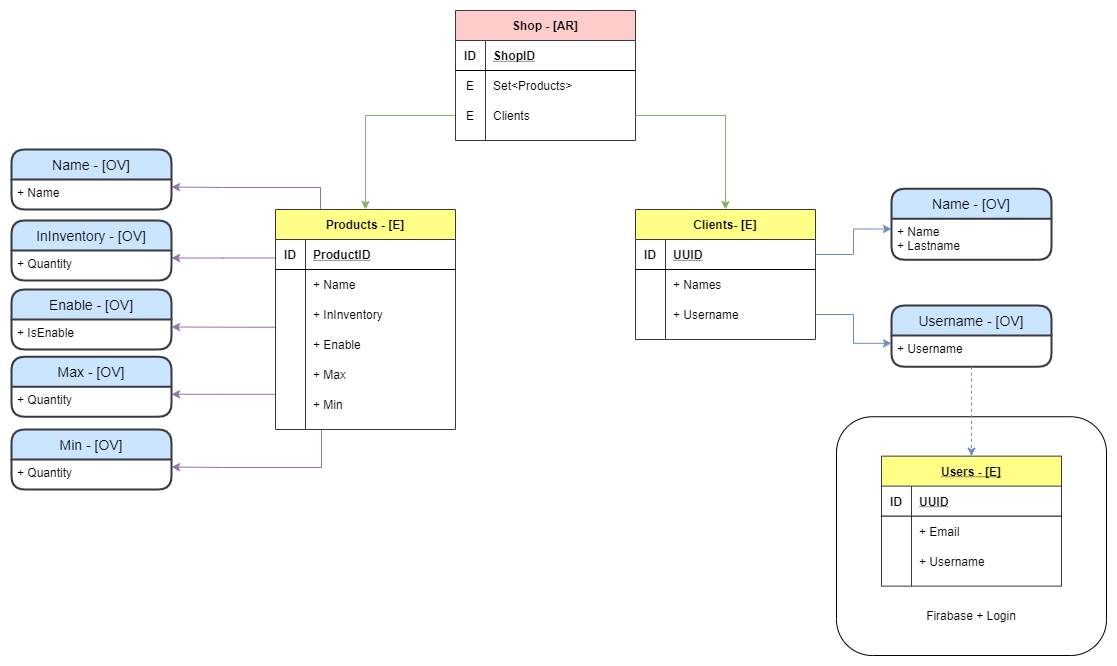
seb4stian69/RetoBackendSemanaUno keeps this draw.io diagram as Photos/DiagramaDDDRetoSemanaUno-Modelado - [Tienda].png. Above is the earlier version. Source tidied: cells renumbered, new cells last; positions are measured from the earlier drawing's top-left corner, leaving out a move shared by most shapes.
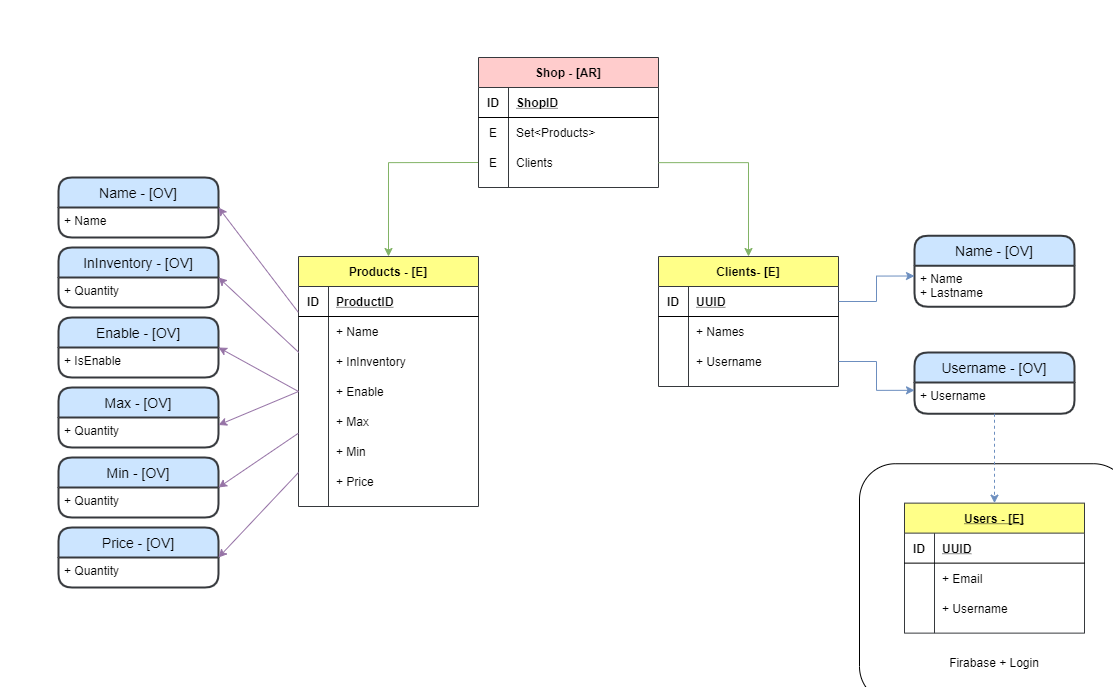
The same diagram one commit later.

Commit message:
Diagrama del readme actualizada

Change to the diagram source:
```diff
@@ -1,4 +1,4 @@
-<mxGraphModel>
+<mxGraphModel background="#ffffff">
   <root>
     <mxCell id="0" />
     <mxCell id="1" parent="0" />
@@ -35,38 +35,8 @@
     <mxCell id="12" value="Clients" style="shape=partialRectangle;fillColor=none;top=0;left=0;bottom=0;right=0;align=left;spacingLeft=6;overflow=hidden;" parent="10" vertex="1">
       <mxGeometry x="30" width="150" height="30" as="geometry" />
     </mxCell>
-    <mxCell id="13" style="edgeStyle=orthogonalEdgeStyle;rounded=0;jettySize=auto;html=1;entryX=1;entryY=0.25;entryDx=0;entryDy=0;fillColor=#e1d5e7;strokeColor=#9673a6;" parent="1" edge="1" source="17" target="50">
-      <mxGeometry relative="1" as="geometry">
-        <Array as="points">
-          <mxPoint x="212" y="248" />
-        </Array>
-      </mxGeometry>
-    </mxCell>
-    <mxCell id="14" style="edgeStyle=orthogonalEdgeStyle;rounded=0;jettySize=auto;html=1;entryX=1;entryY=0.25;entryDx=0;entryDy=0;fillColor=#e1d5e7;strokeColor=#9673a6;" parent="1" edge="1" source="17" target="54">
-      <mxGeometry relative="1" as="geometry">
-        <Array as="points">
-          <mxPoint x="212" y="384" />
-        </Array>
-      </mxGeometry>
-    </mxCell>
-    <mxCell id="15" style="edgeStyle=orthogonalEdgeStyle;rounded=0;jettySize=auto;html=1;entryX=1;entryY=0.25;entryDx=0;entryDy=0;fillColor=#e1d5e7;strokeColor=#9673a6;" parent="1" edge="1" source="17" target="56">
-      <mxGeometry relative="1" as="geometry">
-        <Array as="points">
-          <mxPoint x="310" y="457" />
-          <mxPoint x="212" y="457" />
-        </Array>
-      </mxGeometry>
-    </mxCell>
-    <mxCell id="16" style="edgeStyle=orthogonalEdgeStyle;rounded=0;jettySize=auto;html=1;entryX=1;entryY=0.25;entryDx=0;entryDy=0;exitX=0.25;exitY=0;exitDx=0;exitDy=0;fillColor=#e1d5e7;strokeColor=#9673a6;" parent="1" edge="1" source="17" target="48">
-      <mxGeometry relative="1" as="geometry">
-        <Array as="points">
-          <mxPoint x="309" y="177" />
-          <mxPoint x="212" y="177" />
-        </Array>
-      </mxGeometry>
-    </mxCell>
     <mxCell id="17" value="Products - [E]" style="shape=table;startSize=30;rowLines=0;fontStyle=1;align=center;fillColor=#ffff88;strokeColor=#36393d;" parent="1" vertex="1">
-      <mxGeometry x="264" y="199" width="180" height="220" as="geometry" />
+      <mxGeometry x="264" y="199" width="180" height="250" as="geometry" />
     </mxCell>
     <mxCell id="18" style="shape=partialRectangle;fillColor=none;top=0;left=0;bottom=1;right=0;points=[[0,0.5],[1,0.5]];portConstraint=eastwest;" parent="17" vertex="1">
       <mxGeometry y="30" width="180" height="30" as="geometry" />
@@ -122,6 +92,15 @@
     <mxCell id="35" value="+ Min" style="shape=partialRectangle;fillColor=none;top=0;left=0;bottom=0;right=0;align=left;spacingLeft=6;overflow=hidden;" parent="33" vertex="1">
       <mxGeometry x="30" width="150" height="30" as="geometry" />
     </mxCell>
+    <mxCell id="77" style="shape=partialRectangle;fillColor=none;top=0;left=0;bottom=0;right=0;" parent="17" vertex="1">
+      <mxGeometry y="210" width="180" height="30" as="geometry" />
+    </mxCell>
+    <mxCell id="78" style="shape=partialRectangle;fillColor=none;top=0;left=0;bottom=0;right=0;overflow=hidden;" parent="77" vertex="1">
+      <mxGeometry width="30" height="30" as="geometry" />
+    </mxCell>
+    <mxCell id="79" value="+ Price" style="shape=partialRectangle;fillColor=none;top=0;left=0;bottom=0;right=0;align=left;spacingLeft=6;overflow=hidden;" parent="77" vertex="1">
+      <mxGeometry x="30" width="150" height="30" as="geometry" />
+    </mxCell>
     <mxCell id="36" value="Clients- [E]" style="shape=table;startSize=30;rowLines=0;fontStyle=1;align=center;fillColor=#ffff88;strokeColor=#36393d;" parent="1" vertex="1">
       <mxGeometry x="624" y="199" width="180" height="130" as="geometry" />
     </mxCell>
@@ -156,35 +135,23 @@
       <mxGeometry relative="1" as="geometry" />
     </mxCell>
     <mxCell id="47" value="Name - [OV]" style="swimlane;horizontal=1;startSize=30;rounded=1;fontSize=14;fontStyle=0;strokeWidth=2;shadow=0;dashed=0;align=center;fillColor=#cce5ff;strokeColor=#36393d;" parent="1" vertex="1">
-      <mxGeometry y="139" width="160" height="60" as="geometry" />
+      <mxGeometry x="24" y="120" width="160" height="60" as="geometry" />
     </mxCell>
     <mxCell id="48" value="+ Name" style="align=left;strokeColor=none;fillColor=none;spacingLeft=4;fontSize=12;verticalAlign=top;" parent="47" vertex="1">
       <mxGeometry y="30" width="160" height="30" as="geometry" />
     </mxCell>
     <mxCell id="49" value="InInventory - [OV]" style="swimlane;horizontal=1;startSize=30;rounded=1;fontSize=14;fontStyle=0;strokeWidth=2;shadow=0;dashed=0;align=center;fillColor=#cce5ff;strokeColor=#36393d;" parent="1" vertex="1">
-      <mxGeometry y="210" width="160" height="60" as="geometry" />
+      <mxGeometry x="24" y="190" width="160" height="60" as="geometry" />
     </mxCell>
     <mxCell id="50" value="+ Quantity" style="align=left;strokeColor=none;fillColor=none;spacingLeft=4;fontSize=12;verticalAlign=top;" parent="49" vertex="1">
       <mxGeometry y="30" width="160" height="30" as="geometry" />
     </mxCell>
     <mxCell id="51" value="Enable - [OV]" style="swimlane;horizontal=1;startSize=30;rounded=1;fontSize=14;fontStyle=0;strokeWidth=2;shadow=0;dashed=0;align=center;fillColor=#cce5ff;strokeColor=#36393d;" parent="1" vertex="1">
-      <mxGeometry y="279" width="160" height="60" as="geometry" />
+      <mxGeometry x="24" y="260" width="160" height="60" as="geometry" />
     </mxCell>
     <mxCell id="52" value="+ IsEnable" style="align=left;strokeColor=none;fillColor=none;spacingLeft=4;fontSize=12;verticalAlign=top;" parent="51" vertex="1">
       <mxGeometry y="30" width="160" height="30" as="geometry" />
     </mxCell>
-    <mxCell id="53" value="Max - [OV]" style="swimlane;horizontal=1;startSize=30;rounded=1;fontSize=14;fontStyle=0;strokeWidth=2;shadow=0;dashed=0;align=center;fillColor=#cce5ff;strokeColor=#36393d;" parent="1" vertex="1">
-      <mxGeometry y="346.2" width="160" height="60" as="geometry" />
-    </mxCell>
-    <mxCell id="54" value="+ Quantity" style="align=left;strokeColor=none;fillColor=none;spacingLeft=4;fontSize=12;verticalAlign=top;" parent="53" vertex="1">
-      <mxGeometry y="30" width="160" height="30" as="geometry" />
-    </mxCell>
-    <mxCell id="55" value="Min - [OV]" style="swimlane;horizontal=1;startSize=30;rounded=1;fontSize=14;fontStyle=0;strokeWidth=2;shadow=0;dashed=0;align=center;fillColor=#cce5ff;strokeColor=#36393d;" parent="1" vertex="1">
-      <mxGeometry y="419" width="160" height="60" as="geometry" />
-    </mxCell>
-    <mxCell id="56" value="+ Quantity" style="align=left;strokeColor=none;fillColor=none;spacingLeft=4;fontSize=12;verticalAlign=top;" parent="55" vertex="1">
-      <mxGeometry y="30" width="160" height="30" as="geometry" />
-    </mxCell>
     <mxCell id="57" value="Name - [OV]" style="swimlane;horizontal=1;startSize=30;rounded=1;fontSize=14;fontStyle=0;strokeWidth=2;shadow=0;dashed=0;align=center;fillColor=#cce5ff;strokeColor=#36393d;" parent="1" vertex="1">
       <mxGeometry x="880" y="178.2" width="160" height="71" as="geometry" />
     </mxCell>
@@ -197,13 +164,6 @@
     <mxCell id="60" value="+ Username" style="align=left;strokeColor=none;fillColor=none;spacingLeft=4;fontSize=12;verticalAlign=top;" parent="59" vertex="1">
       <mxGeometry y="30" width="160" height="31.2" as="geometry" />
     </mxCell>
-    <mxCell id="61" style="edgeStyle=orthogonalEdgeStyle;rounded=0;jettySize=auto;html=1;entryX=1;entryY=0.25;entryDx=0;entryDy=0;exitX=-0.003;exitY=0.927;exitDx=0;exitDy=0;exitPerimeter=0;fillColor=#e1d5e7;strokeColor=#9673a6;" parent="1" edge="1" source="24" target="52">
-      <mxGeometry relative="1" as="geometry">
-        <Array as="points">
-          <mxPoint x="260" y="317" />
-        </Array>
-      </mxGeometry>
-    </mxCell>
     <mxCell id="62" style="edgeStyle=orthogonalEdgeStyle;rounded=0;jettySize=auto;html=1;entryX=0;entryY=0.25;entryDx=0;entryDy=0;fillColor=#dae8fc;strokeColor=#6c8ebf;" parent="1" edge="1" source="43" target="60">
       <mxGeometry relative="1" as="geometry" />
     </mxCell>
@@ -249,5 +209,43 @@
     <mxCell id="76" value="Firabase + Login" style="text;html=1;strokeColor=none;fillColor=none;align=center;verticalAlign=middle;whiteSpace=wrap;rounded=0;" parent="1" vertex="1">
       <mxGeometry x="905" y="595" width="110" height="20" as="geometry" />
     </mxCell>
+    <mxCell id="53" value="Max - [OV]" style="swimlane;horizontal=1;startSize=30;rounded=1;fontSize=14;fontStyle=0;strokeWidth=2;shadow=0;dashed=0;align=center;fillColor=#cce5ff;strokeColor=#36393d;" parent="1" vertex="1">
+      <mxGeometry x="24" y="330" width="160" height="60" as="geometry" />
+    </mxCell>
+    <mxCell id="54" value="+ Quantity" style="align=left;strokeColor=none;fillColor=none;spacingLeft=4;fontSize=12;verticalAlign=top;" parent="53" vertex="1">
+      <mxGeometry y="30" width="160" height="30" as="geometry" />
+    </mxCell>
+    <mxCell id="80" value="Price - [OV]" style="swimlane;horizontal=1;startSize=30;rounded=1;fontSize=14;fontStyle=0;strokeWidth=2;shadow=0;dashed=0;align=center;fillColor=#cce5ff;strokeColor=#36393d;" parent="1" vertex="1">
+      <mxGeometry x="24" y="470" width="160" height="60" as="geometry" />
+    </mxCell>
+    <mxCell id="81" value="+ Quantity" style="align=left;strokeColor=none;fillColor=none;spacingLeft=4;fontSize=12;verticalAlign=top;" parent="80" vertex="1">
+      <mxGeometry y="30" width="160" height="30" as="geometry" />
+    </mxCell>
+    <mxCell id="55" value="Min - [OV]" style="swimlane;horizontal=1;startSize=30;rounded=1;fontSize=14;fontStyle=0;strokeWidth=2;shadow=0;dashed=0;align=center;fillColor=#cce5ff;strokeColor=#36393d;" parent="1" vertex="1">
+      <mxGeometry x="24" y="400" width="160" height="60" as="geometry" />
+    </mxCell>
+    <mxCell id="56" value="+ Quantity" style="align=left;strokeColor=none;fillColor=none;spacingLeft=4;fontSize=12;verticalAlign=top;" parent="55" vertex="1">
+      <mxGeometry y="30" width="160" height="30" as="geometry" />
+    </mxCell>
+    <mxCell id="82" style="endArrow=classic;html=1;entryX=1;entryY=0;entryDx=0;entryDy=0;exitX=-0.001;exitY=0.861;exitDx=0;exitDy=0;exitPerimeter=0;fillColor=#e1d5e7;strokeColor=#9673a6;" parent="1" edge="1" source="18" target="48">
+      <mxGeometry relative="1" as="geometry" />
+    </mxCell>
+    <mxCell id="83" style="endArrow=classic;html=1;entryX=1;entryY=0;entryDx=0;entryDy=0;exitX=0.002;exitY=0.2;exitDx=0;exitDy=0;exitPerimeter=0;fillColor=#e1d5e7;strokeColor=#9673a6;" parent="1" edge="1" source="24" target="50">
+      <mxGeometry relative="1" as="geometry" />
+    </mxCell>
+    <mxCell id="84" style="endArrow=classic;html=1;entryX=1;entryY=0.5;entryDx=0;entryDy=0;exitX=0;exitY=0.5;exitDx=0;exitDy=0;fillColor=#e1d5e7;strokeColor=#9673a6;" parent="1" edge="1" source="27" target="51">
+      <mxGeometry relative="1" as="geometry" />
+    </mxCell>
+    <mxCell id="85" style="endArrow=classic;html=1;entryX=1;entryY=0.25;entryDx=0;entryDy=0;exitX=0;exitY=0.5;exitDx=0;exitDy=0;fillColor=#e1d5e7;strokeColor=#9673a6;" parent="1" edge="1" source="27" target="54">
+      <mxGeometry relative="1" as="geometry" />
+    </mxCell>
+    <mxCell id="86" style="endArrow=classic;html=1;entryX=1;entryY=0.5;entryDx=0;entryDy=0;exitX=-0.001;exitY=0.893;exitDx=0;exitDy=0;exitPerimeter=0;fillColor=#e1d5e7;strokeColor=#9673a6;" parent="1" edge="1" source="30" target="55">
+      <mxGeometry relative="1" as="geometry" />
+    </mxCell>
+    <mxCell id="87" style="endArrow=classic;html=1;entryX=1;entryY=0;entryDx=0;entryDy=0;fillColor=#e1d5e7;strokeColor=#9673a6;" parent="1" edge="1" target="81">
+      <mxGeometry relative="1" as="geometry">
+        <mxPoint x="264" y="415" as="sourcePoint" />
+      </mxGeometry>
+    </mxCell>
   </root>
 </mxGraphModel>
```
